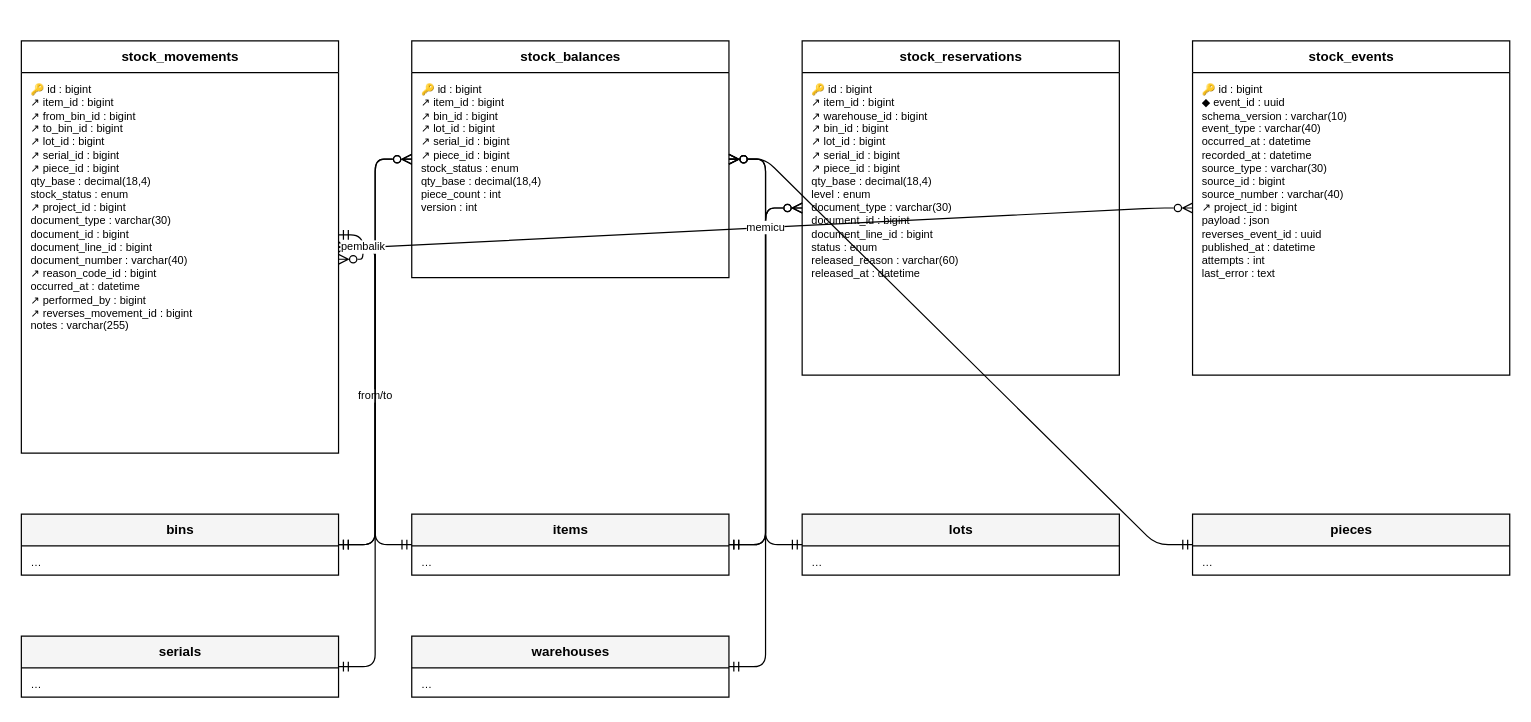
Before: docs/diagram/erd-stok.drawio in HengkyDarmawan/wms, a draw.io diagram. Source tidied: cells renumbered, new cells numbered last; positions are measured from the earlier drawing's top-left corner, leaving out a move shared by most shapes. Both pictures are drawn from the tidied source at 122%, with x=0, y=0 at pixel (21, 40).
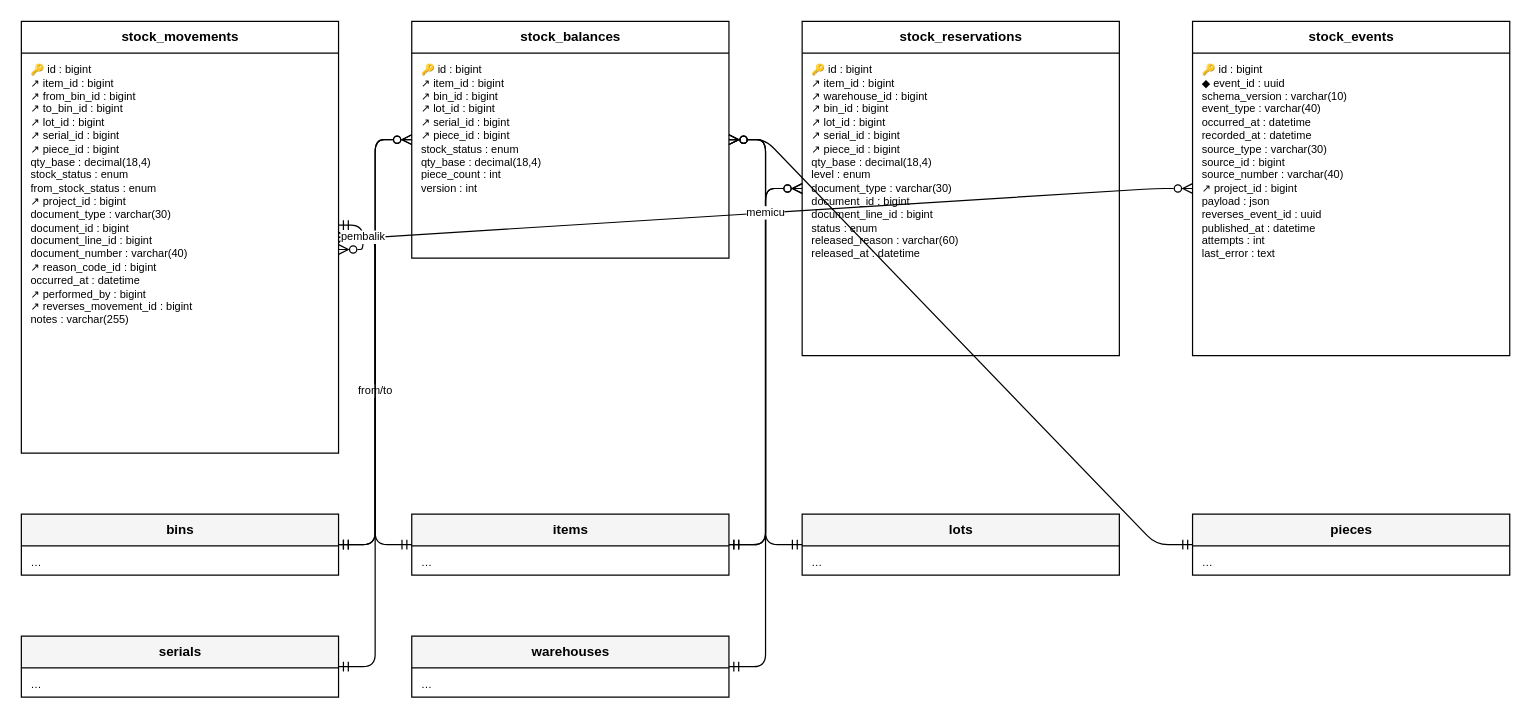
After the change.

The edit, as a diff of the source:
```diff
@@
     <mxCell id="2" value="stock_movements" style="swimlane;fontStyle=1;horizontal=1;startSize=26;html=1;fontSize=11;fillColor=#FFFFFF;" parent="1" vertex="1">
-      <mxGeometry width="260" height="338" as="geometry" />
+      <mxGeometry y="-16" width="260" height="354" as="geometry" />
     </mxCell>
-    <mxCell id="3" value="🔑 id : bigint&lt;br&gt;↗ item_id : bigint&lt;br&gt;↗ from_bin_id : bigint&lt;br&gt;↗ to_bin_id : bigint&lt;br&gt;↗ lot_id : bigint&lt;br&gt;↗ serial_id : bigint&lt;br&gt;↗ piece_id : bigint&lt;br&gt;qty_base : decimal(18,4)&lt;br&gt;stock_status : enum&lt;br&gt;↗ project_id : bigint&lt;br&gt;document_type : varchar(30)&lt;br&gt;document_id : bigint&lt;br&gt;document_line_id : bigint&lt;br&gt;document_number : varchar(40)&lt;br&gt;↗ reason_code_id : bigint&lt;br&gt;occurred_at : datetime&lt;br&gt;↗ performed_by : bigint&lt;br&gt;↗ reverses_movement_id : bigint&lt;br&gt;notes : varchar(255)" style="text;html=1;strokeColor=none;fillColor=none;align=left;verticalAlign=top;spacingLeft=6;spacingTop=2;fontSize=9;whiteSpace=wrap;overflow=hidden;" parent="2" vertex="1">
-      <mxGeometry y="26" width="260" height="312" as="geometry" />
+    <mxCell id="3" value="🔑 id : bigint&lt;br&gt;↗ item_id : bigint&lt;br&gt;↗ from_bin_id : bigint&lt;br&gt;↗ to_bin_id : bigint&lt;br&gt;↗ lot_id : bigint&lt;br&gt;↗ serial_id : bigint&lt;br&gt;↗ piece_id : bigint&lt;br&gt;qty_base : decimal(18,4)&lt;br&gt;stock_status : enum&lt;br&gt;from_stock_status : enum&lt;br&gt;↗ project_id : bigint&lt;br&gt;document_type : varchar(30)&lt;br&gt;document_id : bigint&lt;br&gt;document_line_id : bigint&lt;br&gt;document_number : varchar(40)&lt;br&gt;↗ reason_code_id : bigint&lt;br&gt;occurred_at : datetime&lt;br&gt;↗ performed_by : bigint&lt;br&gt;↗ reverses_movement_id : bigint&lt;br&gt;notes : varchar(255)" style="text;html=1;strokeColor=none;fillColor=none;align=left;verticalAlign=top;spacingLeft=6;spacingTop=2;fontSize=9;whiteSpace=wrap;overflow=hidden;" parent="2" vertex="1">
+      <mxGeometry y="26" width="260" height="328" as="geometry" />
     </mxCell>
     <mxCell id="4" value="stock_balances" style="swimlane;fontStyle=1;horizontal=1;startSize=26;html=1;fontSize=11;fillColor=#FFFFFF;" parent="1" vertex="1">
-      <mxGeometry x="320" width="260" height="194" as="geometry" />
+      <mxGeometry x="320" y="-16" width="260" height="194" as="geometry" />
     </mxCell>
@@
     <mxCell id="6" value="stock_reservations" style="swimlane;fontStyle=1;horizontal=1;startSize=26;html=1;fontSize=11;fillColor=#FFFFFF;" parent="1" vertex="1">
-      <mxGeometry x="640" width="260" height="274" as="geometry" />
+      <mxGeometry x="640" y="-16" width="260" height="274" as="geometry" />
     </mxCell>
@@
     <mxCell id="8" value="stock_events" style="swimlane;fontStyle=1;horizontal=1;startSize=26;html=1;fontSize=11;fillColor=#FFFFFF;" parent="1" vertex="1">
-      <mxGeometry x="960" width="260" height="274" as="geometry" />
+      <mxGeometry x="960" y="-16" width="260" height="274" as="geometry" />
     </mxCell>
```
